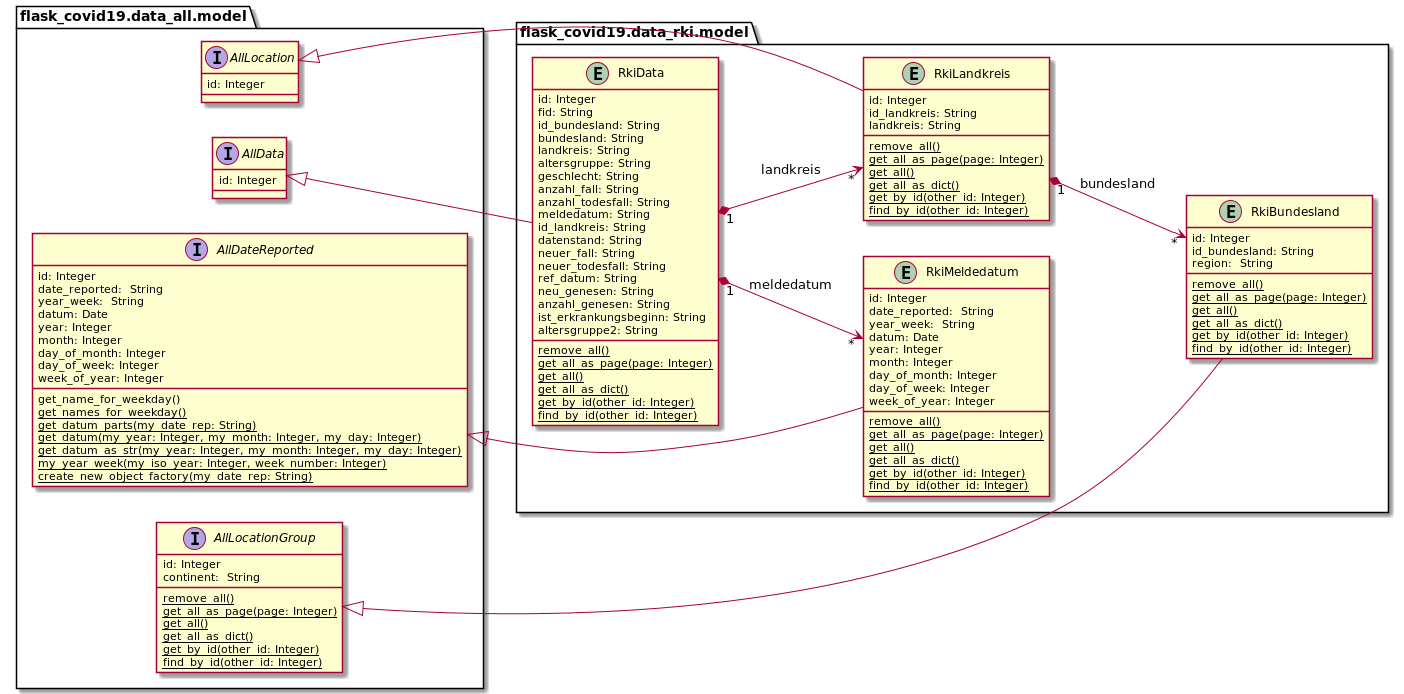
The PlantUML diagram docs/uml/data_rki/rki_cases_domain_model_star_schema.png in thomaswoehlke/flask_covid19, before a commit. The source it was exported from:
```plantuml
@startuml
left to right direction

package flask_covid19.data_all.model {

	interface AllDateReported {
	    id: Integer
		date_reported:  String
	    year_week:  String
	    datum: Date
	    year: Integer
	    month: Integer
	    day_of_month: Integer
	    day_of_week: Integer
	    week_of_year: Integer
		get_name_for_weekday()
		{classifier} get_names_for_weekday()
		{classifier} get_datum_parts(my_date_rep: String)
		{classifier} get_datum(my_year: Integer, my_month: Integer, my_day: Integer)
		{classifier} get_datum_as_str(my_year: Integer, my_month: Integer, my_day: Integer)
		{classifier} my_year_week(my_iso_year: Integer, week_number: Integer)
		{classifier} create_new_object_factory(my_date_rep: String)
	}

	interface AllLocationGroup {
	    id: Integer
	    continent:  String
	    {classifier} remove_all()
	    {classifier} get_all_as_page(page: Integer)
	    {classifier} get_all()
	    {classifier} get_all_as_dict()
	    {classifier} get_by_id(other_id: Integer)
	    {classifier} find_by_id(other_id: Integer)
	}
	interface AllLocation {
	    id: Integer
    }
	interface AllData {
	    id: Integer
	}
}

package flask_covid19.data_rki.model {

	entity RkiMeldedatum {
	    id: Integer
		date_reported:  String
	    year_week:  String
	    datum: Date
	    year: Integer
	    month: Integer
	    day_of_month: Integer
	    day_of_week: Integer
	    week_of_year: Integer
	    {classifier} remove_all()
	    {classifier} get_all_as_page(page: Integer)
	    {classifier} get_all()
	    {classifier} get_all_as_dict()
	    {classifier} get_by_id(other_id: Integer)
	    {classifier} find_by_id(other_id: Integer)
	}

	entity RkiBundesland {
	    id: Integer
		id_bundesland: String
	    region:  String
	    {classifier} remove_all()
	    {classifier} get_all_as_page(page: Integer)
	    {classifier} get_all()
	    {classifier} get_all_as_dict()
	    {classifier} get_by_id(other_id: Integer)
	    {classifier} find_by_id(other_id: Integer)
	}

	entity RkiLandkreis {
	    id: Integer
		id_landkreis: String
		landkreis: String
	    {classifier} remove_all()
	    {classifier} get_all_as_page(page: Integer)
	    {classifier} get_all()
	    {classifier} get_all_as_dict()
	    {classifier} get_by_id(other_id: Integer)
	    {classifier} find_by_id(other_id: Integer)
	}

	entity RkiData {
	    id: Integer
	    fid: String
	    id_bundesland: String
	    bundesland: String
	    landkreis: String
	    altersgruppe: String
	    geschlecht: String
	    anzahl_fall: String
	    anzahl_todesfall: String
	    meldedatum: String
	    id_landkreis: String
	    datenstand: String
	    neuer_fall: String
	    neuer_todesfall: String
	    ref_datum: String
	    neu_genesen: String
	    anzahl_genesen: String
	    ist_erkrankungsbeginn: String
	    altersgruppe2: String
	    {classifier} remove_all()
	    {classifier} get_all_as_page(page: Integer)
	    {classifier} get_all()
	    {classifier} get_all_as_dict()
	    {classifier} get_by_id(other_id: Integer)
	    {classifier} find_by_id(other_id: Integer)
	}
}

AllDateReported <|-- RkiMeldedatum
AllLocationGroup <|-- RkiBundesland
AllLocation <|-- RkiLandkreis
AllData <|-- RkiData

RkiLandkreis "1" *--> "*" RkiBundesland : bundesland
RkiData "1" *--> "*" RkiLandkreis : landkreis
RkiData "1" *--> "*" RkiMeldedatum : meldedatum

@enduml
```
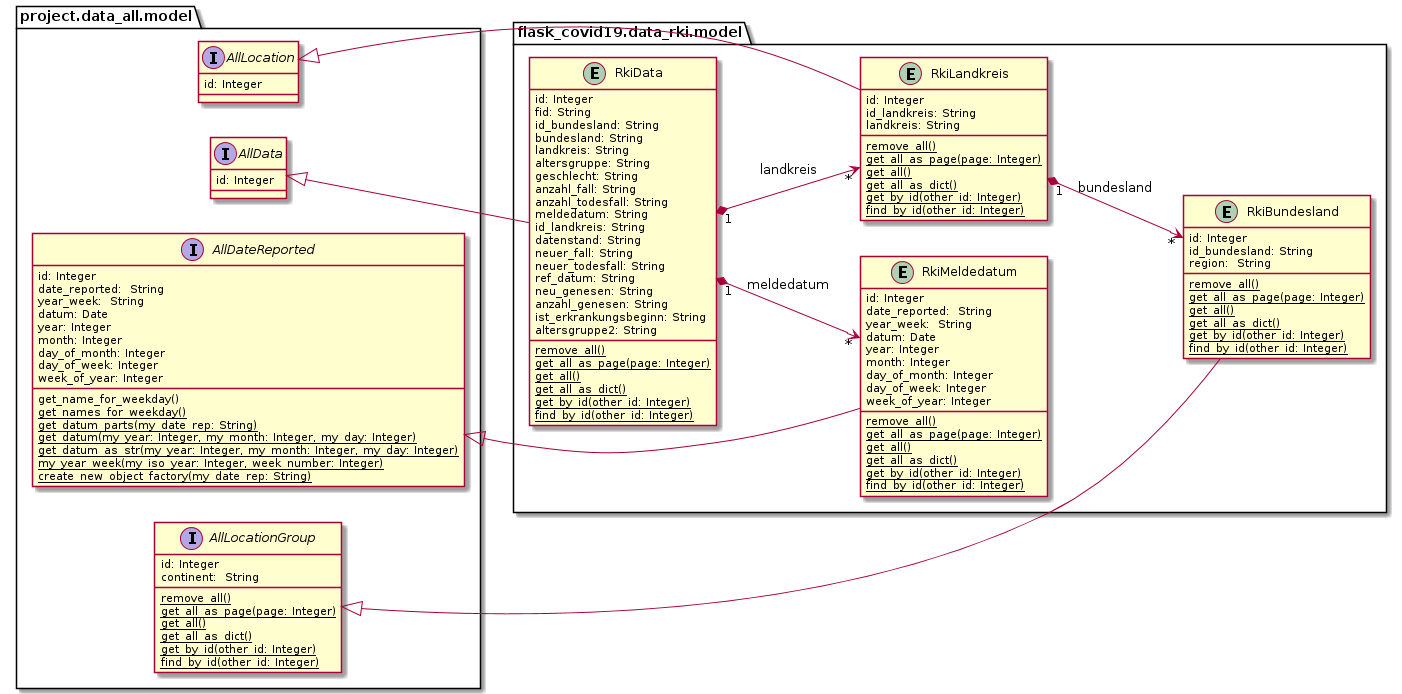
After the change.

What changed in the source:
```diff
@@ -1,7 +1,7 @@
 @startuml
 left to right direction
 
-package flask_covid19.data_all.model {
+package project.data_all.model {
 
 	interface AllDateReported {
 	    id: Integer
```
